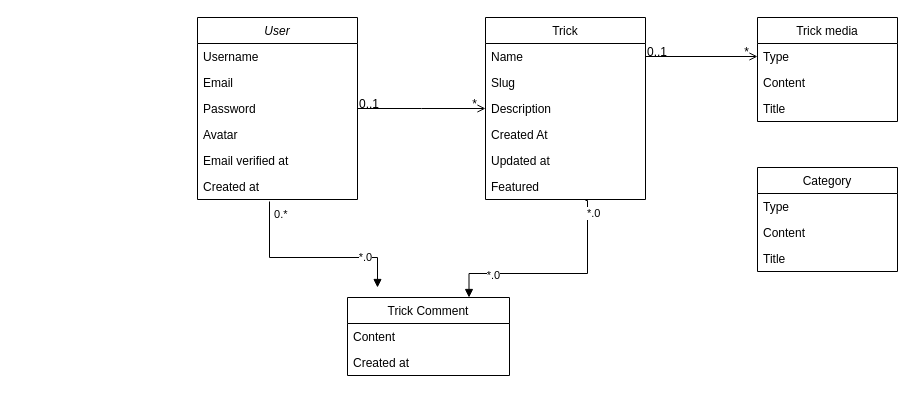
Before: UML/Class.drawio in Luca-OpenClassRooms/project_6, a draw.io diagram. Source tidied: cells renumbered, new cells numbered last; positions are measured from the earlier drawing's top-left corner, leaving out a move shared by most shapes. Both pictures are drawn from the tidied source at 100%, with x=0, y=0 at pixel (197, 17).
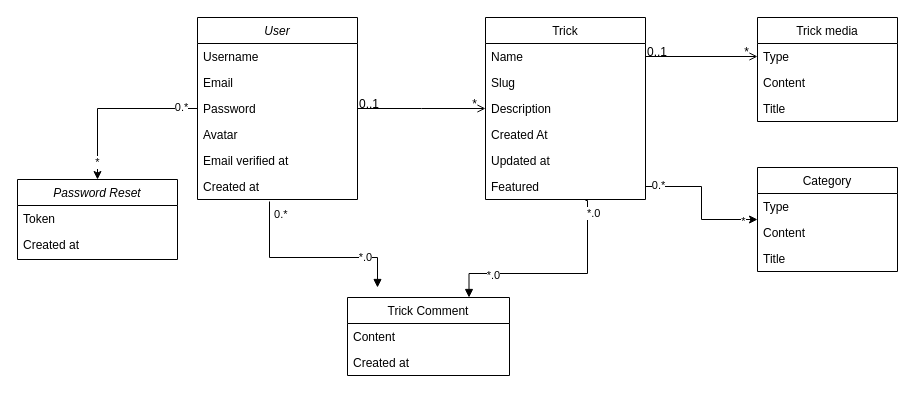
The same diagram, later.

Unchanged cells that the change refers to:
```xml
<mxCell id="2" value="User" style="swimlane;fontStyle=2;align=center;verticalAlign=top;horizontal=1;startSize=26;rounded=0;shadow=0;strokeWidth=1;" parent="1" vertex="1">
  <mxGeometry width="160" height="182" as="geometry" />
</mxCell>
<mxCell id="15" value="Featured" style="text;align=left;verticalAlign=top;spacingLeft=4;spacingRight=4;overflow=hidden;points=[[0,0.5],[1,0.5]];portConstraint=eastwest;rounded=0;shadow=0;html=0;" parent="9" vertex="1">
  <mxGeometry y="156" width="160" height="26" as="geometry" />
</mxCell>
<mxCell id="33" value="Category" style="swimlane;fontStyle=0;horizontal=1;startSize=26;fillColor=none;" parent="1" vertex="1">
  <mxGeometry x="560" y="150" width="140" height="104" as="geometry" />
</mxCell>
```

What changed in the source:
```diff
@@
+    <mxCell id="37" style="edgeStyle=orthogonalEdgeStyle;rounded=0;jettySize=auto;html=1;entryX=0.5;entryY=0;entryDx=0;entryDy=0;" parent="1" edge="1" source="2" target="43">
+      <mxGeometry relative="1" as="geometry" />
+    </mxCell>
+    <mxCell id="38" value="0.*" style="edgeLabel;html=1;align=center;verticalAlign=middle;" parent="37" vertex="1">
+      <mxGeometry x="-0.8" y="-2" relative="1" as="geometry" />
+    </mxCell>
+    <mxCell id="39" value="*" style="edgeLabel;html=1;align=center;verticalAlign=middle;" parent="37" vertex="1">
+      <mxGeometry x="0.79" y="-1" relative="1" as="geometry" />
+    </mxCell>
@@
+    <mxCell id="40" style="edgeStyle=orthogonalEdgeStyle;rounded=0;jettySize=auto;html=1;" parent="1" edge="1" source="15" target="33">
+      <mxGeometry relative="1" as="geometry" />
+    </mxCell>
+    <mxCell id="41" value="0.*" style="edgeLabel;html=1;align=center;verticalAlign=middle;" parent="40" vertex="1">
+      <mxGeometry x="-0.83" y="2" relative="1" as="geometry" />
+    </mxCell>
+    <mxCell id="42" value="*" style="edgeLabel;html=1;align=center;verticalAlign=middle;" parent="40" vertex="1">
+      <mxGeometry x="0.79" y="-1" relative="1" as="geometry" />
+    </mxCell>
+    <mxCell id="43" value="Password Reset" style="swimlane;fontStyle=2;align=center;verticalAlign=top;horizontal=1;startSize=26;rounded=0;shadow=0;strokeWidth=1;" parent="1" vertex="1">
+      <mxGeometry x="-180" y="162" width="160" height="80" as="geometry" />
+    </mxCell>
+    <mxCell id="44" value="Token" style="text;align=left;verticalAlign=top;spacingLeft=4;spacingRight=4;overflow=hidden;" parent="43" vertex="1">
+      <mxGeometry y="26" width="160" height="26" as="geometry" />
+    </mxCell>
+    <mxCell id="45" value="Created at" style="text;align=left;verticalAlign=top;spacingLeft=4;spacingRight=4;overflow=hidden;rounded=0;shadow=0;html=0;" parent="43" vertex="1">
+      <mxGeometry y="52" width="160" height="26" as="geometry" />
+    </mxCell>
```
